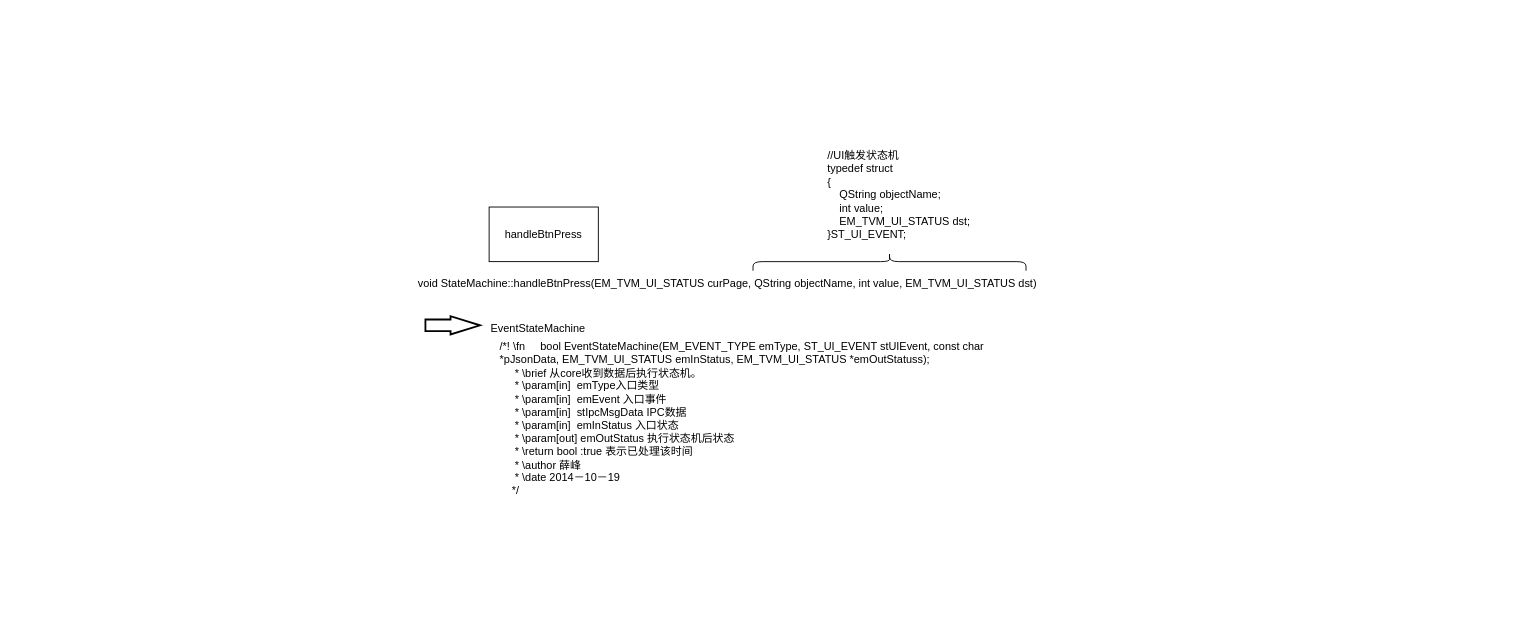
Before: 未命名绘图.drawio in ayuelei/git_test, a draw.io diagram. Source tidied: cells renumbered, new cells numbered last; positions are measured from the earlier drawing's top-left corner, leaving out a move shared by most shapes. Both pictures are drawn from the tidied source at 91%, with x=0, y=0 at pixel (416, 143).
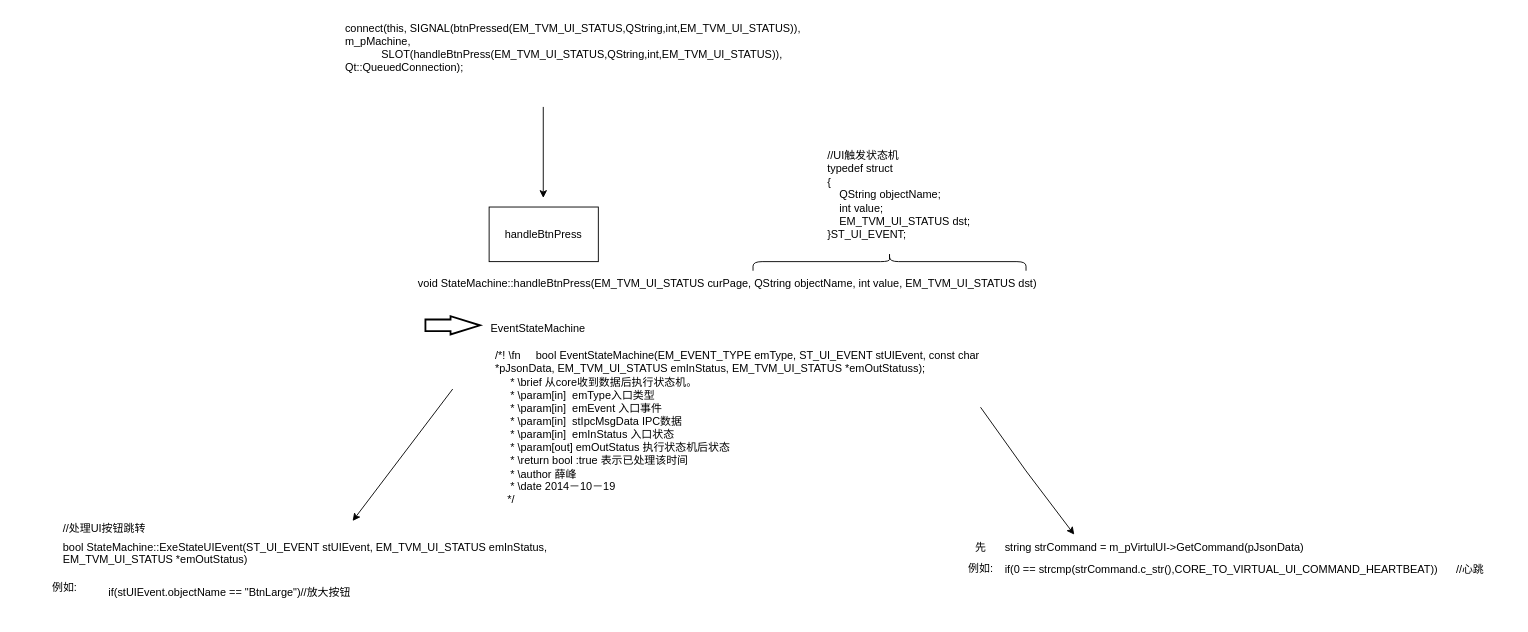
The same diagram, later.

Commit message (it also covers changes not shown here):
更新未命名绘图.drawio

What changed in the source:
```diff
@@
     <mxCell id="8" value="/*! \fn&amp;nbsp;&lt;span style=&quot;background-color: initial;&quot;&gt;&amp;nbsp; &amp;nbsp; bool EventStateMachine(EM_EVENT_TYPE emType, ST_UI_EVENT stUIEvent, const char *pJsonData, EM_TVM_UI_STATUS emInStatus, EM_TVM_UI_STATUS *emOutStatuss);&lt;/span&gt;&lt;br&gt;&amp;nbsp; &amp;nbsp; &amp;nbsp;* \brief   从core收到数据后执行状态机。&lt;br&gt;&amp;nbsp; &amp;nbsp; &amp;nbsp;* \param[in]&amp;nbsp; emType入口类型&lt;br&gt;&amp;nbsp; &amp;nbsp; &amp;nbsp;* \param[in]&amp;nbsp;  emEvent 入口事件&lt;br&gt;&amp;nbsp; &amp;nbsp; &amp;nbsp;* \param[in]&amp;nbsp; stIpcMsgData IPC数据&lt;br&gt;&amp;nbsp; &amp;nbsp; &amp;nbsp;* \param[in]&amp;nbsp;  emInStatus 入口状态&lt;br&gt;&amp;nbsp; &amp;nbsp; &amp;nbsp;* \param[out] emOutStatus 执行状态机后状态&lt;br&gt;&amp;nbsp; &amp;nbsp; &amp;nbsp;* \return  bool :true 表示已处理该时间&lt;br&gt;&amp;nbsp; &amp;nbsp; &amp;nbsp;* \author   薛峰&lt;br&gt;&amp;nbsp; &amp;nbsp; &amp;nbsp;* \date   2014－10－19&lt;br&gt;&amp;nbsp; &amp;nbsp; */" style="text;whiteSpace=wrap;html=1;" parent="1" vertex="1">
-      <mxGeometry x="90" y="210" width="560" height="180" as="geometry" />
+      <mxGeometry x="85" y="220" width="560" height="180" as="geometry" />
     </mxCell>
+    <mxCell id="9" value="bool StateMachine::ExeStateUIEvent(ST_UI_EVENT stUIEvent, EM_TVM_UI_STATUS emInStatus, EM_TVM_UI_STATUS *emOutStatus)" style="text;whiteSpace=wrap;html=1;" parent="1" vertex="1">
+      <mxGeometry x="-390" y="430" width="560" height="50" as="geometry" />
+    </mxCell>
+    <mxCell id="10" style="endArrow=classic;html=1;rounded=0;" parent="1" edge="1">
+      <mxGeometry relative="1" as="geometry">
+        <mxPoint x="40" y="270" as="sourcePoint" />
+        <mxPoint x="-70" y="415" as="targetPoint" />
+      </mxGeometry>
+    </mxCell>
+    <mxCell id="11" value="//处理UI按钮跳转" style="text;whiteSpace=wrap;html=1;" parent="1" vertex="1">
+      <mxGeometry x="-390" y="410" width="120" height="40" as="geometry" />
+    </mxCell>
+    <mxCell id="12" value="if(stUIEvent.objectName == &quot;BtnLarge&quot;)//放大按钮" style="text;whiteSpace=wrap;html=1;" parent="1" vertex="1">
+      <mxGeometry x="-340" y="480" width="300" height="40" as="geometry" />
+    </mxCell>
+    <mxCell id="13" value="&lt;span style=&quot;white-space: pre;&quot;&gt; &lt;/span&gt;&lt;span style=&quot;white-space: pre;&quot;&gt; &lt;/span&gt;&lt;br&gt;&lt;span style=&quot;white-space: pre;&quot;&gt; &lt;/span&gt;&lt;span style=&quot;white-space: pre;&quot;&gt; &lt;/span&gt;例如:" style="text;html=1;align=center;verticalAlign=middle;strokeColor=none;fillColor=none;" parent="1" vertex="1">
+      <mxGeometry x="-440" y="460" width="100" height="40" as="geometry" />
+    </mxCell>
+    <mxCell id="14" style="endArrow=classic;html=1;rounded=0;" parent="1" edge="1">
+      <mxGeometry relative="1" as="geometry">
+        <mxPoint x="620" y="290" as="sourcePoint" />
+        <mxPoint x="723" y="430" as="targetPoint" />
+        <Array as="points">
+          <mxPoint x="670" y="360" />
+        </Array>
+      </mxGeometry>
+    </mxCell>
+    <mxCell id="15" value="string strCommand = m_pVirtulUI-&gt;GetCommand(pJsonData)" style="text;whiteSpace=wrap;html=1;" parent="1" vertex="1">
+      <mxGeometry x="645" y="430" width="360" height="40" as="geometry" />
+    </mxCell>
+    <mxCell id="16" value="if(0 == strcmp(strCommand.c_str(),CORE_TO_VIRTUAL_UI_COMMAND_HEARTBEAT))      //心跳" style="text;whiteSpace=wrap;html=1;" parent="1" vertex="1">
+      <mxGeometry x="645" y="455" width="560" height="50" as="geometry" />
+    </mxCell>
+    <mxCell id="17" value="&lt;br&gt;例如:" style="text;html=1;align=center;verticalAlign=middle;strokeColor=none;fillColor=none;" parent="1" vertex="1">
+      <mxGeometry x="595" y="440" width="50" height="40" as="geometry" />
+    </mxCell>
+    <mxCell id="18" value="先" style="text;html=1;align=center;verticalAlign=middle;strokeColor=none;fillColor=none;" parent="1" vertex="1">
+      <mxGeometry x="600" y="430" width="40" height="30" as="geometry" />
+    </mxCell>
+    <mxCell id="19" value="connect(this, SIGNAL(btnPressed(EM_TVM_UI_STATUS,QString,int,EM_TVM_UI_STATUS)), m_pMachine,&#10;            SLOT(handleBtnPress(EM_TVM_UI_STATUS,QString,int,EM_TVM_UI_STATUS)), Qt::QueuedConnection);" style="text;whiteSpace=wrap;html=1;" parent="1" vertex="1">
+      <mxGeometry x="-80" y="-140" width="560" height="80" as="geometry" />
+    </mxCell>
+    <mxCell id="20" style="endArrow=classic;html=1;rounded=0;" parent="1" edge="1">
+      <mxGeometry relative="1" as="geometry">
+        <mxPoint x="139.5" y="-40" as="sourcePoint" />
+        <mxPoint x="139.5" y="60" as="targetPoint" />
+      </mxGeometry>
+    </mxCell>
```
